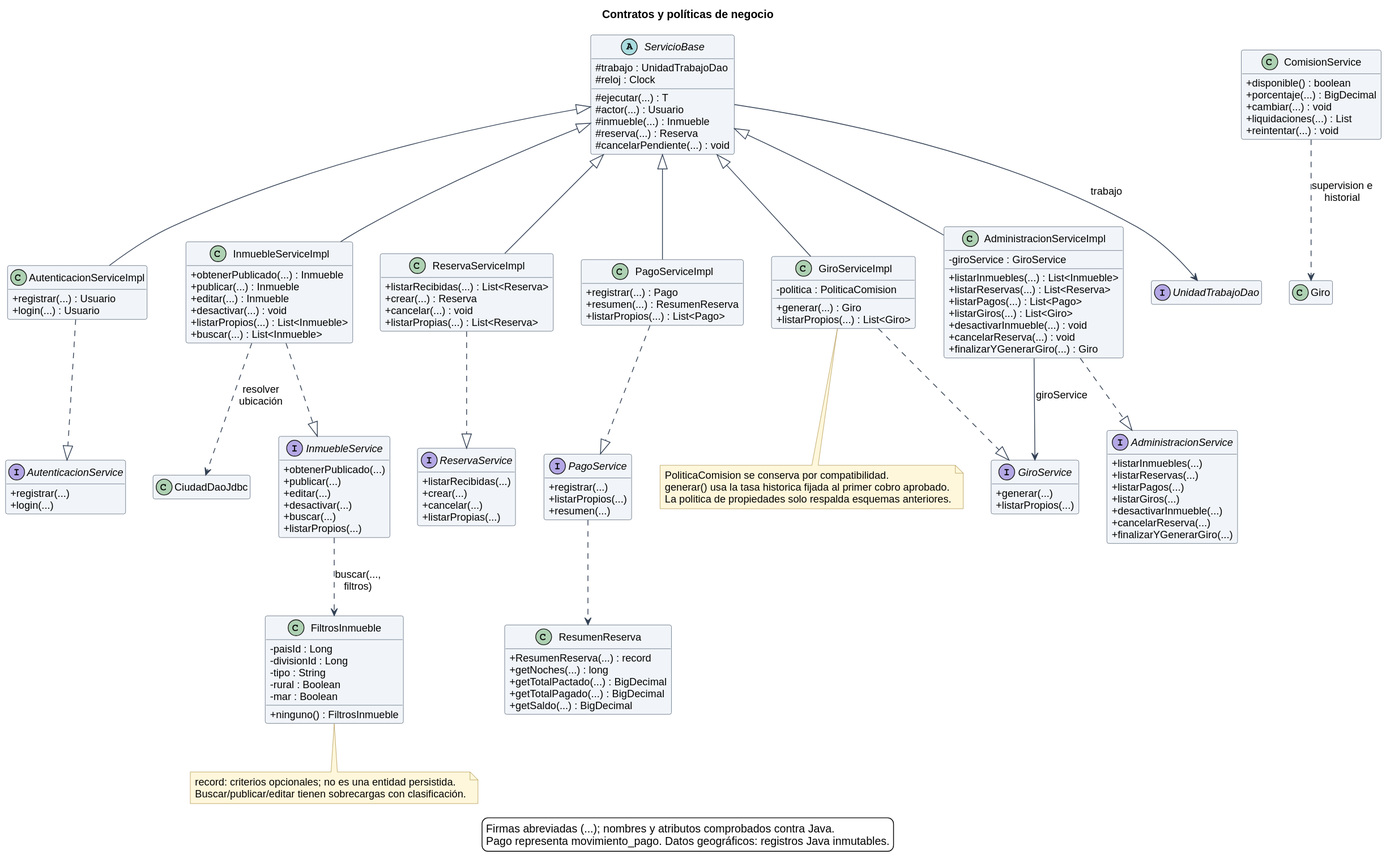
The PlantUML diagram docs/diagramas/06_clases_service_impl.svg in Davidjp11p07/DayNest, before a commit. Source of this version:
```plantuml
@startuml
skinparamlocked metana null
!include estilo.iuml
title Contratos y políticas de negocio
hide empty members
abstract class ServicioBase {
  #trabajo : UnidadTrabajoDao
  #reloj : Clock
  #ejecutar(...) : T
  #actor(...) : Usuario
  #inmueble(...) : Inmueble
  #reserva(...) : Reserva
  #cancelarPendiente(...) : void
}
interface AutenticacionService {
  +registrar(...)
  +login(...)
}
class AutenticacionServiceImpl {
  +registrar(...) : Usuario
  +login(...) : Usuario
}
interface InmuebleService {
  +obtenerPublicado(...)
  +publicar(...)
  +editar(...)
  +desactivar(...)
  +buscar(...)
  +listarPropios(...)
}
class InmuebleServiceImpl {
  +obtenerPublicado(...) : Inmueble
  +publicar(...) : Inmueble
  +editar(...) : Inmueble
  +desactivar(...) : void
  +listarPropios(...) : List<Inmueble>
  +buscar(...) : List<Inmueble>
}
interface ReservaService {
  +listarRecibidas(...)
  +crear(...)
  +cancelar(...)
  +listarPropias(...)
}
class ReservaServiceImpl {
  +listarRecibidas(...) : List<Reserva>
  +crear(...) : Reserva
  +cancelar(...) : void
  +listarPropias(...) : List<Reserva>
}
interface PagoService {
  +registrar(...)
  +listarPropios(...)
  +resumen(...)
}
class PagoServiceImpl {
  +registrar(...) : Pago
  +resumen(...) : ResumenReserva
  +listarPropios(...) : List<Pago>
}
interface GiroService {
  +generar(...)
  +listarPropios(...)
}
class GiroServiceImpl {
  -politica : PoliticaComision
  +generar(...) : Giro
  +listarPropios(...) : List<Giro>
}
interface AdministracionService {
  +listarInmuebles(...)
  +listarReservas(...)
  +listarPagos(...)
  +listarGiros(...)
  +desactivarInmueble(...)
  +cancelarReserva(...)
  +finalizarYGenerarGiro(...)
}
class AdministracionServiceImpl {
  -giroService : GiroService
  +listarInmuebles(...) : List<Inmueble>
  +listarReservas(...) : List<Reserva>
  +listarPagos(...) : List<Pago>
  +listarGiros(...) : List<Giro>
  +desactivarInmueble(...) : void
  +cancelarReserva(...) : void
  +finalizarYGenerarGiro(...) : Giro
}
class ResumenReserva {
  +ResumenReserva(...) : record
  +getNoches(...) : long
  +getTotalPactado(...) : BigDecimal
  +getTotalPagado(...) : BigDecimal
  +getSaldo(...) : BigDecimal
}
AutenticacionServiceImpl ..|> AutenticacionService
InmuebleServiceImpl ..|> InmuebleService
ReservaServiceImpl ..|> ReservaService
PagoServiceImpl ..|> PagoService
GiroServiceImpl ..|> GiroService
AdministracionServiceImpl ..|> AdministracionService
ServicioBase <|-- AutenticacionServiceImpl
ServicioBase <|-- InmuebleServiceImpl
ServicioBase <|-- AdministracionServiceImpl
ServicioBase <|-- ReservaServiceImpl
ServicioBase <|-- PagoServiceImpl
ServicioBase <|-- GiroServiceImpl
interface UnidadTrabajoDao
class FiltrosInmueble {
  -paisId : Long
  -divisionId : Long
  -tipo : String
  -rural : Boolean
  -mar : Boolean
  +ninguno() : FiltrosInmueble
}
InmuebleService ..> FiltrosInmueble : buscar(..., filtros)
ServicioBase --> UnidadTrabajoDao : trabajo
AdministracionServiceImpl --> GiroService : giroService
PagoService ..> ResumenReserva
note bottom of FiltrosInmueble
  record: criterios opcionales; no es una entidad persistida.
  Buscar/publicar/editar tienen sobrecargas con clasificación.
end note
note bottom of GiroServiceImpl
  PoliticaComision se conserva por compatibilidad.
  generar() usa la tasa historica fijada al primer cobro aprobado.
  La politica de propiedades solo respalda esquemas anteriores.
end note
class CiudadDaoJdbc
InmuebleServiceImpl ..> CiudadDaoJdbc : resolver ubicación
class ComisionService {
 +disponible() : boolean
 +porcentaje(...) : BigDecimal
 +cambiar(...) : void
 +liquidaciones(...) : List
 +reintentar(...) : void
}
ComisionService ..> Giro : supervision e historial
legend bottom
  Firmas abreviadas (...); nombres y atributos comprobados contra Java.
  Pago representa movimiento_pago. Datos geográficos: registros Java inmutables.
endlegend
@enduml
```
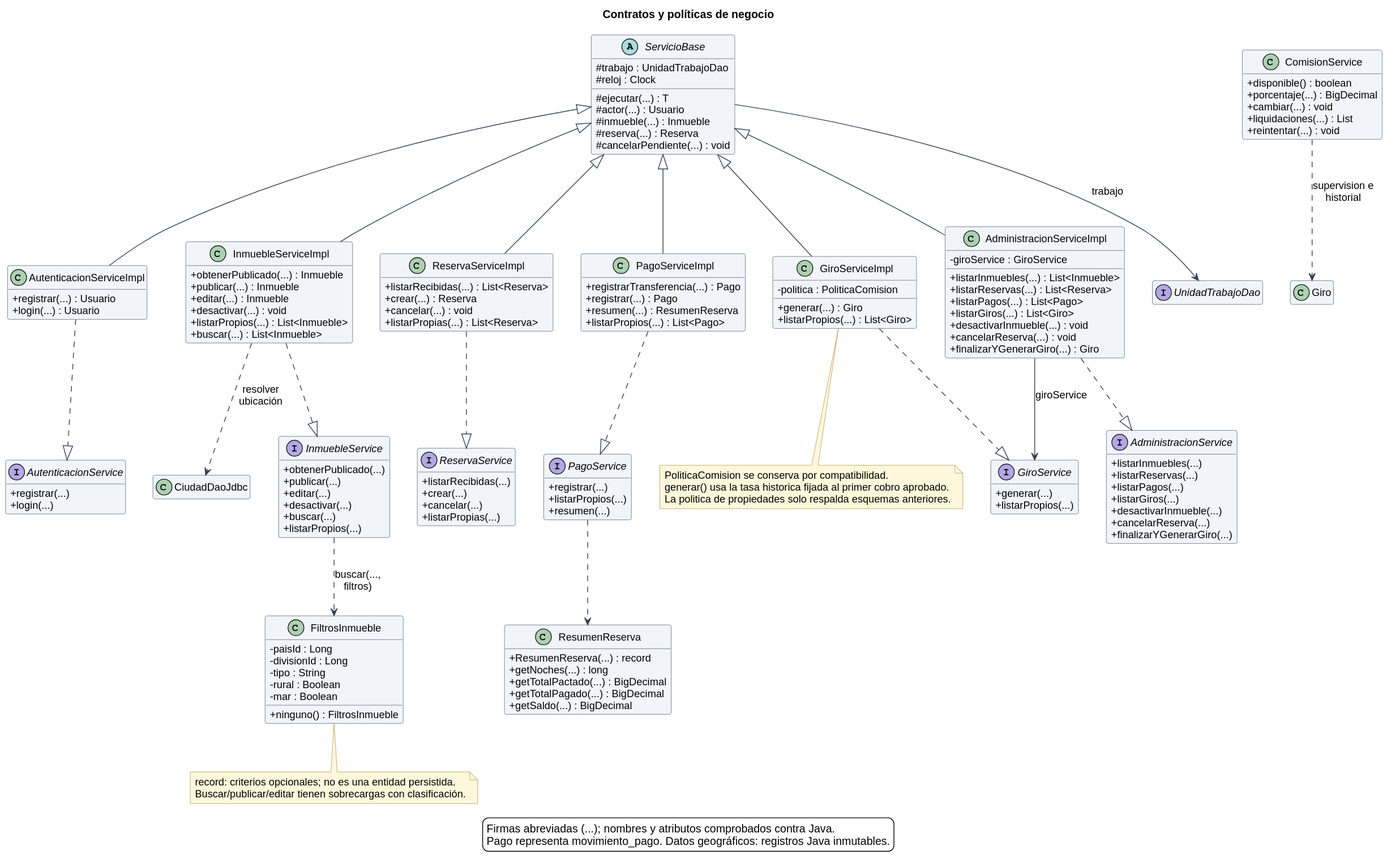
Above is the later version.

Diff of the diagram source:
```diff
@@ -1,5 +1,4 @@
 @startuml
-skinparamlocked metana null
 !include estilo.iuml
 title Contratos y políticas de negocio
 hide empty members
@@ -54,6 +53,7 @@
   +resumen(...)
 }
 class PagoServiceImpl {
+  +registrarTransferencia(...) : Pago
   +registrar(...) : Pago
   +resumen(...) : ResumenReserva
   +listarPropios(...) : List<Pago>
```
